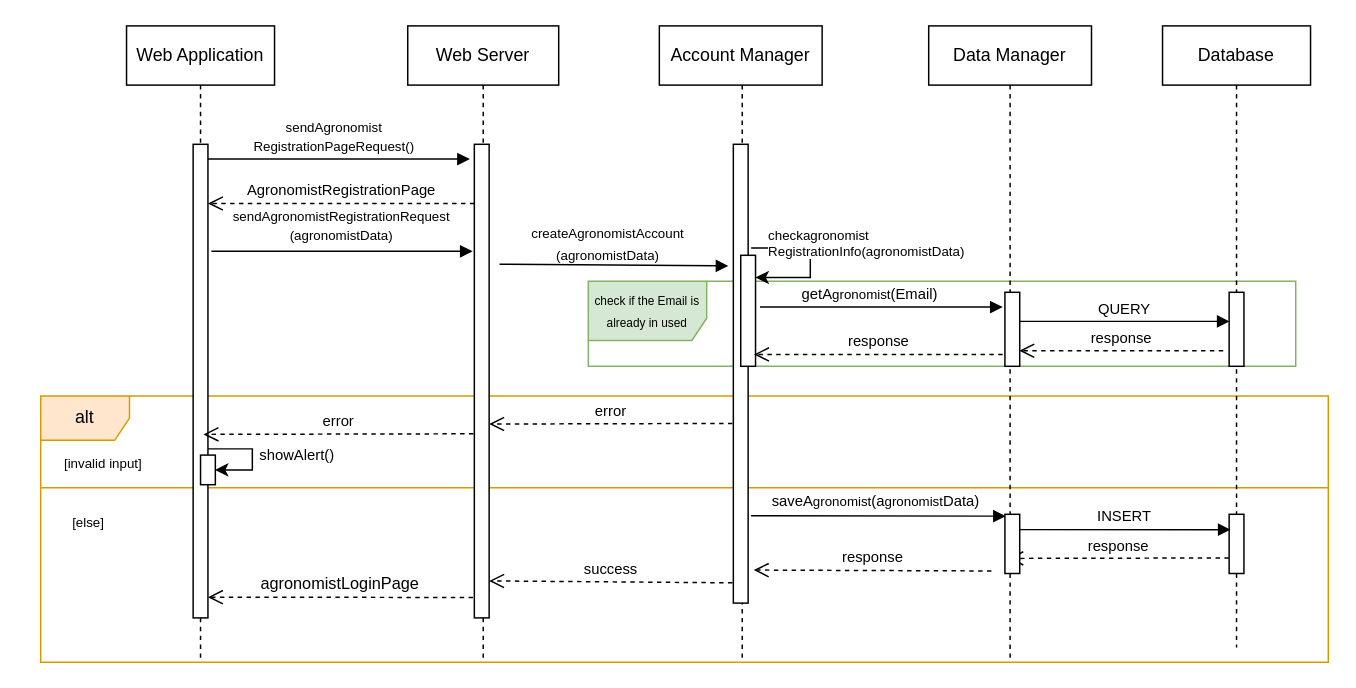
This is page "A-registration-UC1" (1 of 18) of DD/UML/Runtime.drawio from ictar/DREAM-SE2-Project-2022, a draw.io file, before an edit. Source tidied: cells renumbered, new cells numbered last; positions are measured from the earlier drawing's top-left corner, leaving out a move shared by most shapes. Both pictures are drawn from the tidied source at 148%, with x=0, y=0 at pixel (25, 25).
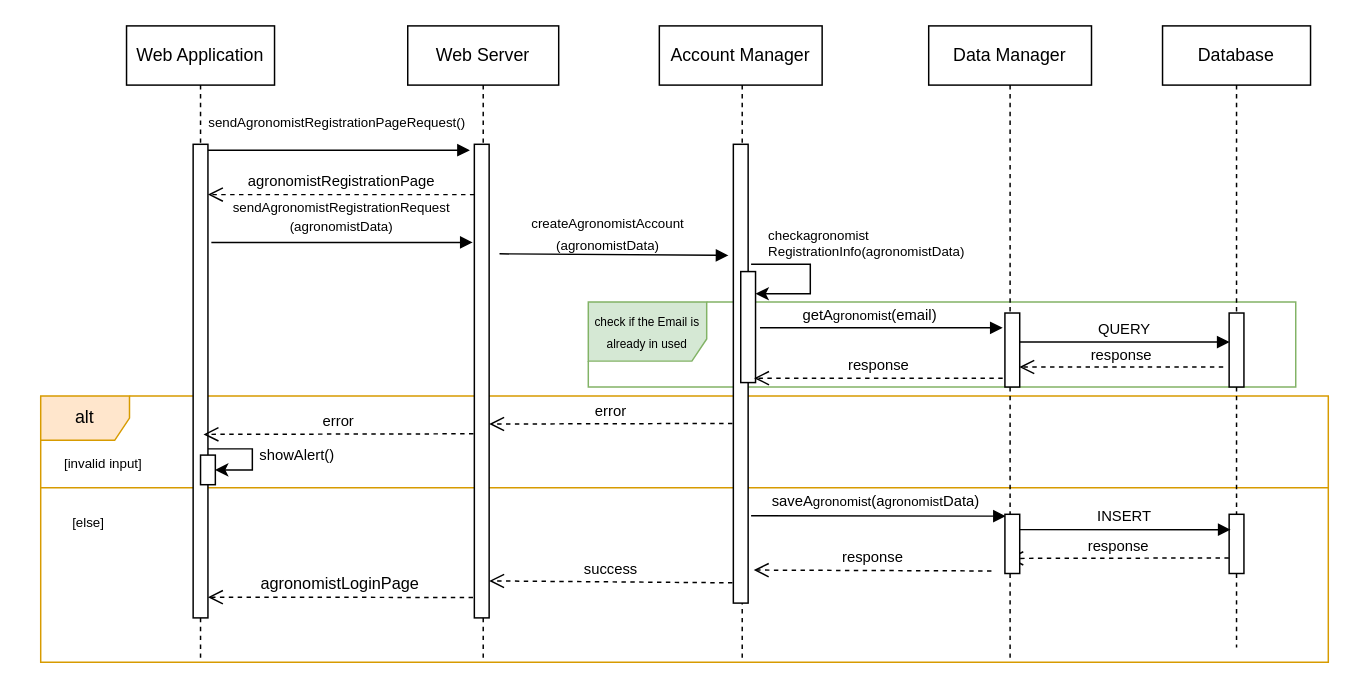
The same diagram, later.

Unchanged cells that the change refers to:
```xml
<mxCell id="6" value="Web Server" style="shape=umlLifeline;perimeter=lifelinePerimeter;whiteSpace=wrap;html=1;" parent="1" vertex="1">
  <mxGeometry x="258" width="102" height="430" as="geometry" />
</mxCell>
<mxCell id="7" style="html=1;points=[];perimeter=orthogonalPerimeter;" parent="6" vertex="1">
  <mxGeometry x="45" y="80" width="10" height="320" as="geometry" />
</mxCell>
<mxCell id="11" style="html=1;points=[];perimeter=orthogonalPerimeter;" parent="1" vertex="1">
  <mxGeometry x="113" y="80" width="10" height="320" as="geometry" />
</mxCell>
<mxCell id="13" style="shape=umlLifeline;perimeter=lifelinePerimeter;whiteSpace=wrap;html=1;size=0;" parent="1" vertex="1">
  <mxGeometry x="428" y="40" width="112" height="390" as="geometry" />
</mxCell>
<mxCell id="14" style="html=1;points=[];perimeter=orthogonalPerimeter;" parent="13" vertex="1">
  <mxGeometry x="50" y="40" width="10" height="310" as="geometry" />
</mxCell>
<mxCell id="18" value="Database" style="shape=umlLifeline;perimeter=lifelinePerimeter;whiteSpace=wrap;html=1;" parent="1" vertex="1">
  <mxGeometry x="768" width="100" height="420" as="geometry" />
</mxCell>
```

What changed in the source:
```diff
@@
     <mxCell id="3" value="&lt;span style=&quot;font-size: 8px&quot;&gt;check if the Email is already in used&lt;/span&gt;" style="shape=umlFrame;whiteSpace=wrap;html=1;width=80;height=40;fillColor=#d5e8d4;strokeColor=#82b366;" parent="1" vertex="1">
-      <mxGeometry x="380" y="172.5" width="478" height="57.5" as="geometry" />
+      <mxGeometry x="380" y="186.5" width="478" height="57.5" as="geometry" />
     </mxCell>
@@
     <mxCell id="8" value="&lt;font style=&quot;font-size: 9px ; background-color: rgb(255 , 255 , 255)&quot;&gt;createAgronomistAccount&lt;br&gt;(agronomist&lt;/font&gt;&lt;span lang=&quot;EN-US&quot; style=&quot;font-size: 9px ; background-color: rgb(255 , 255 , 255) ; line-height: 9.63px&quot;&gt;Data&lt;/span&gt;&lt;font style=&quot;font-size: 9px ; background-color: rgb(255 , 255 , 255)&quot;&gt;)&lt;/font&gt;" style="text;html=1;strokeColor=none;fillColor=none;align=center;verticalAlign=middle;whiteSpace=wrap;rounded=0;" parent="6" vertex="1">
-      <mxGeometry x="62" y="137" width="146.5" height="20" as="geometry" />
+      <mxGeometry x="62" y="130" width="146.5" height="20" as="geometry" />
     </mxCell>
-    <mxCell id="9" value="&lt;font style=&quot;font-size: 9px&quot;&gt;sendAgronomistRegistrationRequest&lt;br&gt;(agronomistData)&lt;/font&gt;" style="html=1;verticalAlign=bottom;endArrow=block;rounded=0;entryX=-0.113;entryY=0.226;entryDx=0;entryDy=0;entryPerimeter=0;exitX=1.233;exitY=0.226;exitDx=0;exitDy=0;exitPerimeter=0;" parent="1" edge="1" source="11" target="7">
-      <mxGeometry y="2" relative="1" as="geometry" />
+    <mxCell id="9" value="&lt;font style=&quot;font-size: 9px&quot;&gt;sendAgronomistRegistrationRequest&lt;br&gt;(agronomistData)&lt;/font&gt;" style="html=1;verticalAlign=bottom;endArrow=block;rounded=0;entryX=-0.113;entryY=0.226;entryDx=0;entryDy=0;entryPerimeter=0;exitX=1.233;exitY=0.226;exitDx=0;exitDy=0;exitPerimeter=0;" parent="1" edge="1">
+      <mxGeometry y="2" relative="1" as="geometry">
+        <mxPoint x="125.3" y="146.3" as="sourcePoint" />
+        <mxPoint x="301.9" y="146.3" as="targetPoint" />
+      </mxGeometry>
     </mxCell>
@@
     <mxCell id="15" style="html=1;points=[];perimeter=orthogonalPerimeter;" parent="13" vertex="1">
-      <mxGeometry x="55" y="115" width="10" height="75" as="geometry" />
+      <mxGeometry x="55" y="126" width="10" height="75" as="geometry" />
     </mxCell>
     <mxCell id="16" style="endArrow=classic;html=1;rounded=0;fontSize=9;edgeStyle=orthogonalEdgeStyle;endFill=1;" parent="13" edge="1">
       <mxGeometry relative="1" as="geometry">
-        <mxPoint x="62" y="110" as="sourcePoint" />
-        <mxPoint x="65" y="130" as="targetPoint" />
+        <mxPoint x="62" y="121" as="sourcePoint" />
+        <mxPoint x="65" y="141" as="targetPoint" />
         <Array as="points">
-          <mxPoint x="102" y="110" />
-          <mxPoint x="102" y="130" />
-          <mxPoint x="65" y="130" />
+          <mxPoint x="102" y="121" />
+          <mxPoint x="102" y="141" />
+          <mxPoint x="65" y="141" />
         </Array>
       </mxGeometry>
     </mxCell>
@@
     <mxCell id="19" style="html=1;points=[];perimeter=orthogonalPerimeter;" parent="18" vertex="1">
-      <mxGeometry x="45" y="180" width="10" height="50" as="geometry" />
+      <mxGeometry x="45" y="194" width="10" height="50" as="geometry" />
     </mxCell>
@@
-    <mxCell id="21" style="html=1;verticalAlign=bottom;endArrow=block;rounded=0;entryX=-0.333;entryY=0.265;entryDx=0;entryDy=0;entryPerimeter=0;" parent="1" edge="1" target="14">
+    <mxCell id="21" style="html=1;verticalAlign=bottom;endArrow=block;rounded=0;entryX=-0.333;entryY=0.265;entryDx=0;entryDy=0;entryPerimeter=0;" parent="1" edge="1">
       <mxGeometry x="-0.21" y="10" relative="1" as="geometry">
-        <mxPoint x="320" y="161" as="sourcePoint" />
+        <mxPoint x="320" y="154" as="sourcePoint" />
+        <mxPoint x="474.7" y="155.1" as="targetPoint" />
       </mxGeometry>
     </mxCell>
@@
-    <mxCell id="23" value="&lt;font style=&quot;font-size: 10px&quot;&gt;response&lt;/font&gt;" style="html=1;verticalAlign=bottom;endArrow=open;dashed=1;endSize=8;rounded=0;exitX=-0.4;exitY=0.79;exitDx=0;exitDy=0;exitPerimeter=0;entryX=0.972;entryY=0.79;entryDx=0;entryDy=0;entryPerimeter=0;" parent="1" edge="1" source="19" target="41">
-      <mxGeometry relative="1" as="geometry" />
+    <mxCell id="23" value="&lt;font style=&quot;font-size: 10px&quot;&gt;response&lt;/font&gt;" style="html=1;verticalAlign=bottom;endArrow=open;dashed=1;endSize=8;rounded=0;exitX=-0.4;exitY=0.79;exitDx=0;exitDy=0;exitPerimeter=0;entryX=0.972;entryY=0.79;entryDx=0;entryDy=0;entryPerimeter=0;" parent="1" edge="1">
+      <mxGeometry relative="1" as="geometry">
+        <mxPoint x="809" y="230.5" as="sourcePoint" />
+        <mxPoint x="671.2" y="230.5" as="targetPoint" />
+      </mxGeometry>
     </mxCell>
-    <mxCell id="24" value="&lt;font style=&quot;font-size: 10px&quot;&gt;response&lt;/font&gt;" style="html=1;verticalAlign=bottom;endArrow=open;dashed=1;endSize=8;rounded=0;entryX=0.9;entryY=0.893;entryDx=0;entryDy=0;entryPerimeter=0;" parent="1" edge="1" target="15">
+    <mxCell id="24" value="&lt;font style=&quot;font-size: 10px&quot;&gt;response&lt;/font&gt;" style="html=1;verticalAlign=bottom;endArrow=open;dashed=1;endSize=8;rounded=0;entryX=0.9;entryY=0.893;entryDx=0;entryDy=0;entryPerimeter=0;" parent="1" edge="1">
       <mxGeometry relative="1" as="geometry">
-        <mxPoint x="660" y="222" as="sourcePoint" />
+        <mxPoint x="660" y="238" as="sourcePoint" />
+        <mxPoint x="492" y="238" as="targetPoint" />
       </mxGeometry>
     </mxCell>
@@
-    <mxCell id="37" value="&lt;font style=&quot;font-size: 10px&quot;&gt;AgronomistRegistrationPage&lt;/font&gt;" style="html=1;verticalAlign=bottom;endArrow=open;dashed=1;endSize=8;rounded=0;" parent="1" edge="1">
+    <mxCell id="37" value="&lt;font style=&quot;font-size: 10px&quot;&gt;agronomistRegistrationPage&lt;/font&gt;" style="html=1;verticalAlign=bottom;endArrow=open;dashed=1;endSize=8;rounded=0;" parent="1" edge="1">
       <mxGeometry relative="1" as="geometry">
-        <mxPoint x="303" y="120" as="sourcePoint" />
-        <mxPoint x="123" y="120" as="targetPoint" />
+        <mxPoint x="303" y="114" as="sourcePoint" />
+        <mxPoint x="123" y="114" as="targetPoint" />
       </mxGeometry>
     </mxCell>
-    <mxCell id="38" value="&lt;font style=&quot;font-size: 9px&quot;&gt;sendAgronomist&lt;br&gt;RegistrationPageRequest&lt;/font&gt;&lt;font style=&quot;font-size: 9px&quot;&gt;(&lt;/font&gt;&lt;font style=&quot;font-size: 9px&quot;&gt;)&lt;/font&gt;" style="html=1;verticalAlign=bottom;endArrow=block;rounded=0;" parent="1" edge="1">
-      <mxGeometry x="-0.04" relative="1" as="geometry">
-        <mxPoint x="123" y="90" as="sourcePoint" />
-        <mxPoint x="300" y="90" as="targetPoint" />
+    <mxCell id="38" value="&lt;font style=&quot;font-size: 9px&quot;&gt;&lt;font style=&quot;font-size: 9px&quot;&gt;sendAgronomistRegistrationPageRequest&lt;/font&gt;&lt;font style=&quot;font-size: 9px&quot;&gt;(&lt;/font&gt;&lt;font style=&quot;font-size: 9px&quot;&gt;)&lt;/font&gt;&lt;/font&gt;" style="html=1;verticalAlign=bottom;endArrow=block;rounded=0;" parent="1" edge="1">
+      <mxGeometry x="-0.02" y="10" relative="1" as="geometry">
+        <mxPoint x="123" y="84" as="sourcePoint" />
+        <mxPoint x="300" y="84" as="targetPoint" />
       </mxGeometry>
     </mxCell>
-    <mxCell id="39" value="&lt;font size=&quot;1&quot;&gt;getA&lt;/font&gt;&lt;span style=&quot;font-size: 9px&quot;&gt;gronomist&lt;/span&gt;&lt;font size=&quot;1&quot;&gt;(Email)&lt;/font&gt;" style="html=1;verticalAlign=bottom;endArrow=block;rounded=0;" parent="1" edge="1">
+    <mxCell id="39" value="&lt;font size=&quot;1&quot;&gt;getA&lt;/font&gt;&lt;span style=&quot;font-size: 9px&quot;&gt;gronomist&lt;/span&gt;&lt;font size=&quot;1&quot;&gt;(email)&lt;/font&gt;" style="html=1;verticalAlign=bottom;endArrow=block;rounded=0;" parent="1" edge="1">
       <mxGeometry x="-0.1" relative="1" as="geometry">
-        <mxPoint x="496" y="190" as="sourcePoint" />
-        <mxPoint x="660" y="190" as="targetPoint" />
+        <mxPoint x="496" y="204" as="sourcePoint" />
+        <mxPoint x="660" y="204" as="targetPoint" />
       </mxGeometry>
     </mxCell>
@@
     <mxCell id="41" style="html=1;points=[];perimeter=orthogonalPerimeter;" parent="1" vertex="1">
-      <mxGeometry x="661.5" y="180" width="10" height="50" as="geometry" />
+      <mxGeometry x="661.5" y="194" width="10" height="50" as="geometry" />
     </mxCell>
```
